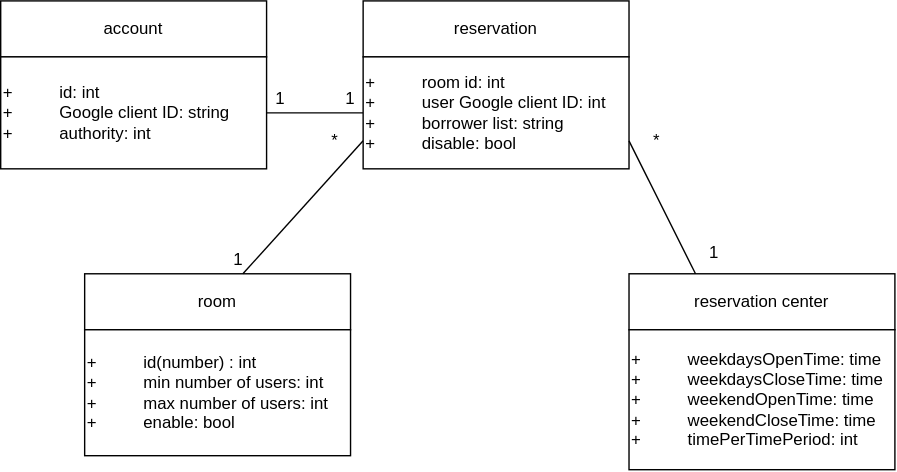
CCCpeggy/Reservatio-system keeps this draw.io diagram as Drawio/D_9.drawio.svg. Above is the earlier version. Source tidied: cells renumbered, new cells last; positions are measured from the earlier drawing's top-left corner, leaving out a move shared by most shapes.
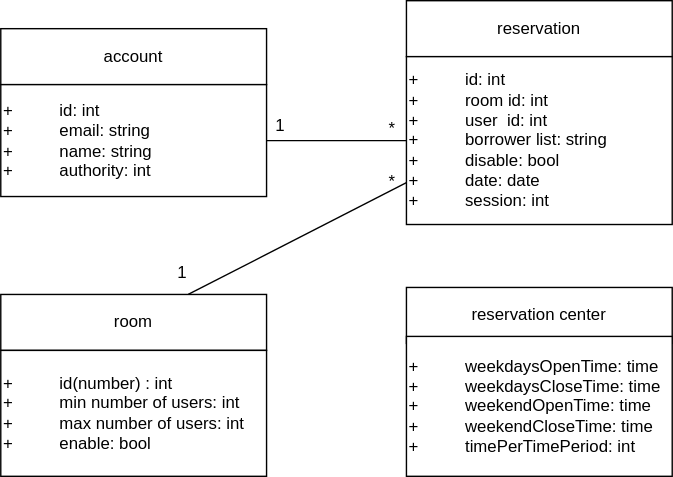
After the change.

Change to the diagram source:
```diff
@@ -3,55 +3,46 @@
     <mxCell id="0" />
     <mxCell id="1" parent="0" />
     <mxCell id="2" value="account" style="rounded=0;whiteSpace=wrap;html=1;" parent="1" vertex="1">
-      <mxGeometry width="190" height="40" as="geometry" />
+      <mxGeometry x="10" y="-20" width="190" height="40" as="geometry" />
     </mxCell>
     <mxCell id="3" style="edgeStyle=none;rounded=0;jettySize=auto;html=1;exitX=1;exitY=0.5;exitDx=0;exitDy=0;entryX=0;entryY=0.5;entryDx=0;entryDy=0;endArrow=none;endFill=0;" parent="1" edge="1" source="4" target="9">
       <mxGeometry relative="1" as="geometry" />
     </mxCell>
-    <mxCell id="4" value="+&amp;nbsp; &amp;nbsp; &amp;nbsp; &amp;nbsp; &amp;nbsp; id: int&lt;br&gt;&lt;div&gt;&lt;span&gt;+&amp;nbsp; &amp;nbsp; &amp;nbsp; &amp;nbsp; &amp;nbsp; Google client ID: string&lt;/span&gt;&lt;/div&gt;+&amp;nbsp; &amp;nbsp; &amp;nbsp; &amp;nbsp; &amp;nbsp; authority: int" style="rounded=0;whiteSpace=wrap;html=1;align=left;" parent="1" vertex="1">
-      <mxGeometry y="40" width="190" height="80" as="geometry" />
+    <mxCell id="4" value="+&amp;nbsp; &amp;nbsp; &amp;nbsp; &amp;nbsp; &amp;nbsp; id: int&lt;br&gt;&lt;div&gt;&lt;span&gt;+&amp;nbsp; &amp;nbsp; &amp;nbsp; &amp;nbsp; &amp;nbsp; email: string&lt;/span&gt;&lt;/div&gt;&lt;div&gt;&lt;span&gt;+&amp;nbsp; &amp;nbsp; &amp;nbsp; &amp;nbsp; &amp;nbsp; name: string&lt;/span&gt;&lt;/div&gt;+&amp;nbsp; &amp;nbsp; &amp;nbsp; &amp;nbsp; &amp;nbsp; authority: int" style="rounded=0;whiteSpace=wrap;html=1;align=left;" parent="1" vertex="1">
+      <mxGeometry x="10" y="20" width="190" height="80" as="geometry" />
     </mxCell>
     <mxCell id="5" value="room" style="rounded=0;whiteSpace=wrap;html=1;" parent="1" vertex="1">
-      <mxGeometry x="60" y="195" width="190" height="40" as="geometry" />
+      <mxGeometry x="10" y="170" width="190" height="40" as="geometry" />
     </mxCell>
     <mxCell id="6" value="+&amp;nbsp; &amp;nbsp; &amp;nbsp; &amp;nbsp; &amp;nbsp; id(number) : int&lt;br&gt;&lt;div&gt;&lt;span&gt;+&amp;nbsp; &amp;nbsp; &amp;nbsp; &amp;nbsp; &amp;nbsp; min number of users: int&lt;/span&gt;&lt;/div&gt;+&amp;nbsp; &amp;nbsp; &amp;nbsp; &amp;nbsp; &amp;nbsp; max number of users: int&lt;br&gt;+&amp;nbsp; &amp;nbsp; &amp;nbsp; &amp;nbsp; &amp;nbsp; enable: bool" style="rounded=0;whiteSpace=wrap;html=1;align=left;" parent="1" vertex="1">
-      <mxGeometry x="60" y="235" width="190" height="90" as="geometry" />
+      <mxGeometry x="10" y="210" width="190" height="90" as="geometry" />
     </mxCell>
     <mxCell id="7" value="reservation" style="rounded=0;whiteSpace=wrap;html=1;" parent="1" vertex="1">
-      <mxGeometry x="259" width="190" height="40" as="geometry" />
+      <mxGeometry x="300" y="-40" width="190" height="40" as="geometry" />
     </mxCell>
     <mxCell id="8" style="edgeStyle=none;rounded=0;jettySize=auto;html=1;exitX=0;exitY=0.75;exitDx=0;exitDy=0;endArrow=none;endFill=0;" parent="1" edge="1" source="9" target="5">
       <mxGeometry relative="1" as="geometry" />
     </mxCell>
-    <mxCell id="9" value="+&amp;nbsp; &amp;nbsp; &amp;nbsp; &amp;nbsp; &amp;nbsp; room id: int&lt;br&gt;&lt;div&gt;&lt;span&gt;+&amp;nbsp; &amp;nbsp; &amp;nbsp; &amp;nbsp; &amp;nbsp; user Google client ID: int&lt;/span&gt;&lt;/div&gt;&lt;div&gt;&lt;span&gt;+&amp;nbsp; &amp;nbsp; &amp;nbsp; &amp;nbsp; &amp;nbsp; borrower list: string&lt;/span&gt;&lt;/div&gt;&lt;div&gt;&lt;span&gt;+&amp;nbsp; &amp;nbsp; &amp;nbsp; &amp;nbsp; &amp;nbsp; disable: bool&lt;/span&gt;&lt;/div&gt;" style="rounded=0;whiteSpace=wrap;html=1;align=left;" parent="1" vertex="1">
-      <mxGeometry x="259" y="40" width="190" height="80" as="geometry" />
+    <mxCell id="9" value="+&amp;nbsp; &amp;nbsp; &amp;nbsp; &amp;nbsp; &amp;nbsp; id: int&lt;br&gt;+&amp;nbsp; &amp;nbsp; &amp;nbsp; &amp;nbsp; &amp;nbsp; room id: int&lt;br&gt;&lt;div&gt;&lt;span&gt;+&amp;nbsp; &amp;nbsp; &amp;nbsp; &amp;nbsp; &amp;nbsp; user&amp;nbsp; id: int&lt;/span&gt;&lt;/div&gt;&lt;div&gt;&lt;span&gt;+&amp;nbsp; &amp;nbsp; &amp;nbsp; &amp;nbsp; &amp;nbsp; borrower list: string&lt;/span&gt;&lt;/div&gt;&lt;div&gt;&lt;span&gt;+&amp;nbsp; &amp;nbsp; &amp;nbsp; &amp;nbsp; &amp;nbsp; disable: bool&lt;/span&gt;&lt;/div&gt;&lt;div&gt;+&amp;nbsp; &amp;nbsp; &amp;nbsp; &amp;nbsp; &amp;nbsp; date: date&lt;span&gt;&lt;br&gt;&lt;/span&gt;&lt;/div&gt;&lt;div&gt;+&amp;nbsp; &amp;nbsp; &amp;nbsp; &amp;nbsp; &amp;nbsp; session: int&lt;br&gt;&lt;/div&gt;" style="rounded=0;whiteSpace=wrap;html=1;align=left;" parent="1" vertex="1">
+      <mxGeometry x="300" width="190" height="120" as="geometry" />
     </mxCell>
     <mxCell id="10" value="reservation center" style="rounded=0;whiteSpace=wrap;html=1;" parent="1" vertex="1">
-      <mxGeometry x="449" y="195" width="190" height="40" as="geometry" />
+      <mxGeometry x="300" y="165" width="190" height="40" as="geometry" />
     </mxCell>
     <mxCell id="11" value="+&amp;nbsp; &amp;nbsp; &amp;nbsp; &amp;nbsp; &amp;nbsp; weekdaysOpenTime: time&lt;br&gt;+&amp;nbsp; &amp;nbsp; &amp;nbsp; &amp;nbsp; &amp;nbsp; weekdaysCloseTime: time&lt;br&gt;+&amp;nbsp; &amp;nbsp; &amp;nbsp; &amp;nbsp; &amp;nbsp; weekendOpenTime: time&lt;br&gt;+&amp;nbsp; &amp;nbsp; &amp;nbsp; &amp;nbsp; &amp;nbsp; weekendCloseTime: time&lt;br&gt;+&amp;nbsp; &amp;nbsp; &amp;nbsp; &amp;nbsp; &amp;nbsp; timePerTimePeriod: int" style="rounded=0;whiteSpace=wrap;html=1;align=left;" parent="1" vertex="1">
-      <mxGeometry x="449" y="235" width="190" height="100" as="geometry" />
+      <mxGeometry x="300" y="200" width="190" height="100" as="geometry" />
     </mxCell>
     <mxCell id="12" value="1" style="text;html=1;strokeColor=none;fillColor=none;align=center;verticalAlign=middle;whiteSpace=wrap;rounded=0;" parent="1" vertex="1">
-      <mxGeometry x="180" y="60" width="40" height="20" as="geometry" />
+      <mxGeometry x="190" y="40" width="40" height="20" as="geometry" />
     </mxCell>
     <mxCell id="13" value="1" style="text;html=1;strokeColor=none;fillColor=none;align=center;verticalAlign=middle;whiteSpace=wrap;rounded=0;" parent="1" vertex="1">
-      <mxGeometry x="150" y="175" width="40" height="20" as="geometry" />
+      <mxGeometry x="120" y="145" width="40" height="20" as="geometry" />
     </mxCell>
-    <mxCell id="14" value="1" style="text;html=1;strokeColor=none;fillColor=none;align=center;verticalAlign=middle;whiteSpace=wrap;rounded=0;" parent="1" vertex="1">
-      <mxGeometry x="490" y="170" width="40" height="20" as="geometry" />
-    </mxCell>
-    <mxCell id="15" value="*" style="text;html=1;strokeColor=none;fillColor=none;align=center;verticalAlign=middle;whiteSpace=wrap;rounded=0;" parent="1" vertex="1">
-      <mxGeometry x="449" y="90" width="40" height="20" as="geometry" />
-    </mxCell>
     <mxCell id="16" value="*" style="text;html=1;strokeColor=none;fillColor=none;align=center;verticalAlign=middle;whiteSpace=wrap;rounded=0;" parent="1" vertex="1">
-      <mxGeometry x="219" y="90" width="40" height="20" as="geometry" />
+      <mxGeometry x="270" y="80" width="40" height="20" as="geometry" />
     </mxCell>
-    <mxCell id="17" value="1" style="text;html=1;strokeColor=none;fillColor=none;align=center;verticalAlign=middle;whiteSpace=wrap;rounded=0;" parent="1" vertex="1">
-      <mxGeometry x="230" y="60" width="40" height="20" as="geometry" />
-    </mxCell>
-    <mxCell id="18" style="endArrow=none;html=1;entryX=0.25;entryY=0;entryDx=0;entryDy=0;exitX=1;exitY=0.75;exitDx=0;exitDy=0;" parent="1" edge="1" source="9" target="10">
-      <mxGeometry relative="1" as="geometry" />
+    <mxCell id="18" value="*" style="text;html=1;strokeColor=none;fillColor=none;align=center;verticalAlign=middle;whiteSpace=wrap;rounded=0;" parent="1" vertex="1">
+      <mxGeometry x="270" y="42" width="40" height="20" as="geometry" />
     </mxCell>
   </root>
 </mxGraphModel>
```
